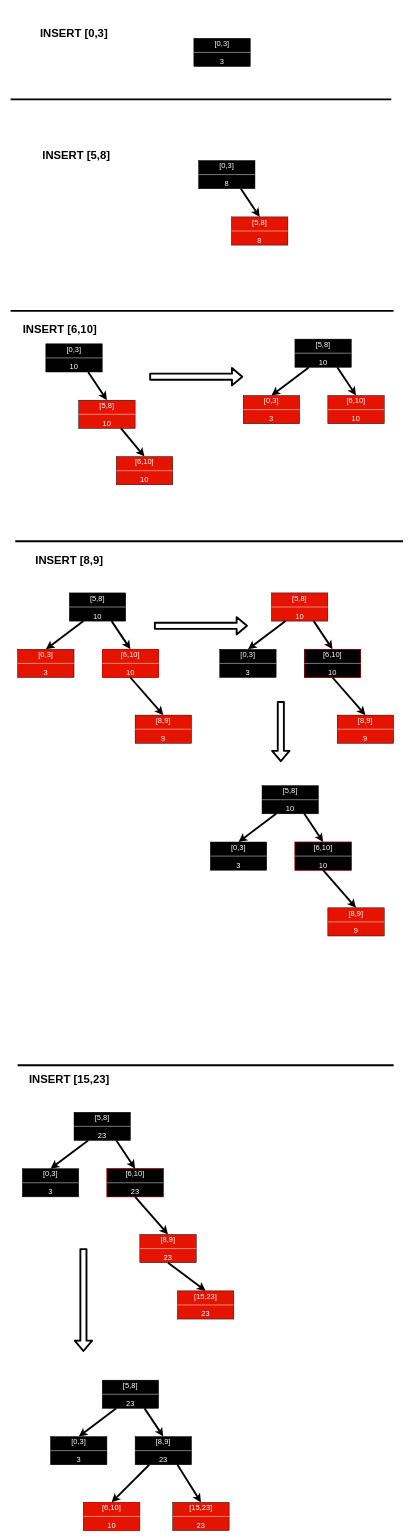
The draw.io diagram 高级算法设计_interval tree.drawio in hattori7243/draw.io, before the edit. Source tidied: cells renumbered, new cells numbered last; positions are measured from the earlier drawing's top-left corner, leaving out a move shared by most shapes. Both pictures are drawn from the tidied source at 47%, with x=0, y=0 at pixel (8, 29).
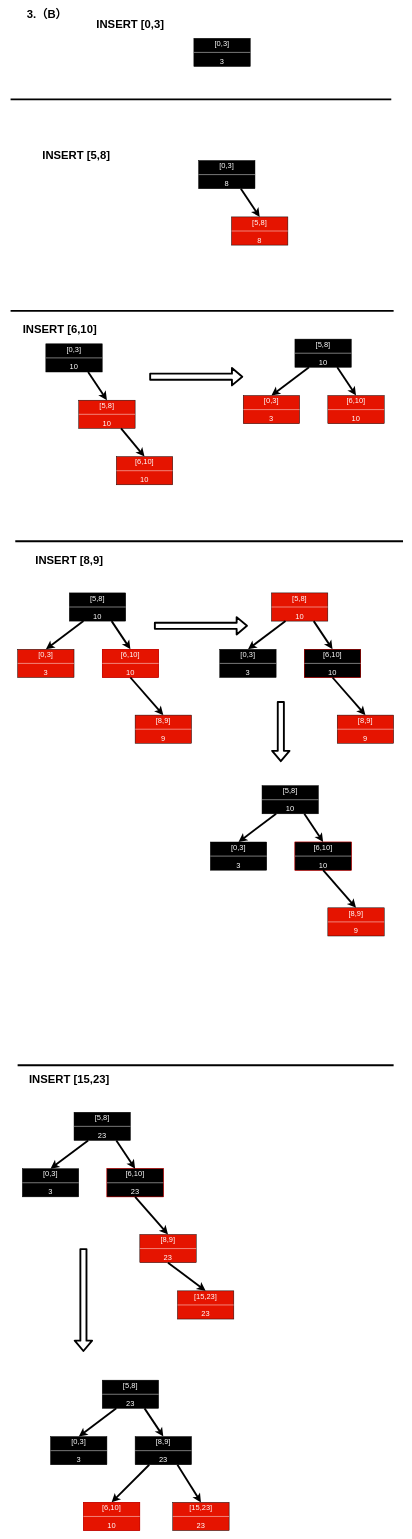
The same page after the edit.

Commit message:
Update 高级算法设计_interval tree.drawio

The edit, as a diff of the source:
```diff
@@
     <mxCell id="131" value="&lt;font color=&quot;#000000&quot;&gt;&lt;span style=&quot;font-size: 24px&quot;&gt;&lt;b&gt;INSERT [0,3]&lt;/b&gt;&lt;/span&gt;&lt;/font&gt;" style="text;html=1;strokeColor=none;fillColor=none;align=center;verticalAlign=middle;whiteSpace=wrap;rounded=0;fontColor=#FFFFFF;strokeWidth=4;" parent="1" vertex="1">
-      <mxGeometry x="30" width="220" height="20" as="geometry" />
+      <mxGeometry x="150" y="-20" width="220" height="20" as="geometry" />
     </mxCell>
@@
+    <mxCell id="139" value="&lt;font color=&quot;#000000&quot;&gt;&lt;span style=&quot;font-size: 24px&quot;&gt;&lt;b&gt;3.（B）&lt;/b&gt;&lt;/span&gt;&lt;/font&gt;" style="text;html=1;strokeColor=none;fillColor=none;align=center;verticalAlign=middle;whiteSpace=wrap;rounded=0;fontColor=#FFFFFF;strokeWidth=4;" parent="1" vertex="1">
+      <mxGeometry x="5" y="-40" width="155" height="20" as="geometry" />
+    </mxCell>
```
